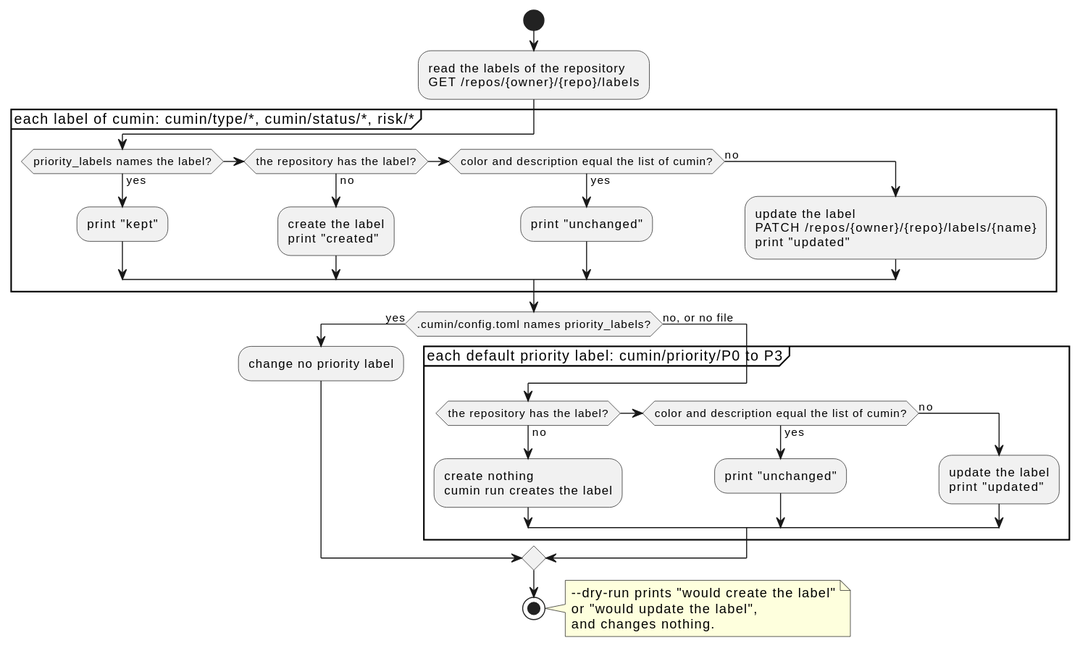
Earlier version of the PlantUML export docs/ja/development/setup-repo-labels.svg (cloveclovedev/cumin-works). Its diagram source:
```plantuml
@startuml
skinparam shadowing false
skinparam defaultFontName sans-serif

start
:read the labels of the repository\nGET /repos/{owner}/{repo}/labels;
partition "each label of cumin: cumin/type/*, cumin/status/*, risk/*" {
  if (priority_labels names the label?) then (yes)
    :print "kept";
  elseif (the repository has the label?) then (no)
    :create the label\nprint "created";
  elseif (color and description equal the list of cumin?) then (yes)
    :print "unchanged";
  else (no)
    :update the label\nPATCH /repos/{owner}/{repo}/labels/{name}\nprint "updated";
  endif
}
if (.cumin/config.toml names priority_labels?) then (yes)
  :change no priority label;
else (no, or no file)
  partition "each default priority label: cumin/priority/P0 to P3" {
    if (the repository has the label?) then (no)
      :create nothing\ncumin run creates the label;
    elseif (color and description equal the list of cumin?) then (yes)
      :print "unchanged";
    else (no)
      :update the label\nprint "updated";
    endif
  }
endif
stop

note right
  --dry-run prints "would create the label"
  or "would update the label",
  and changes nothing.
end note
@enduml
```
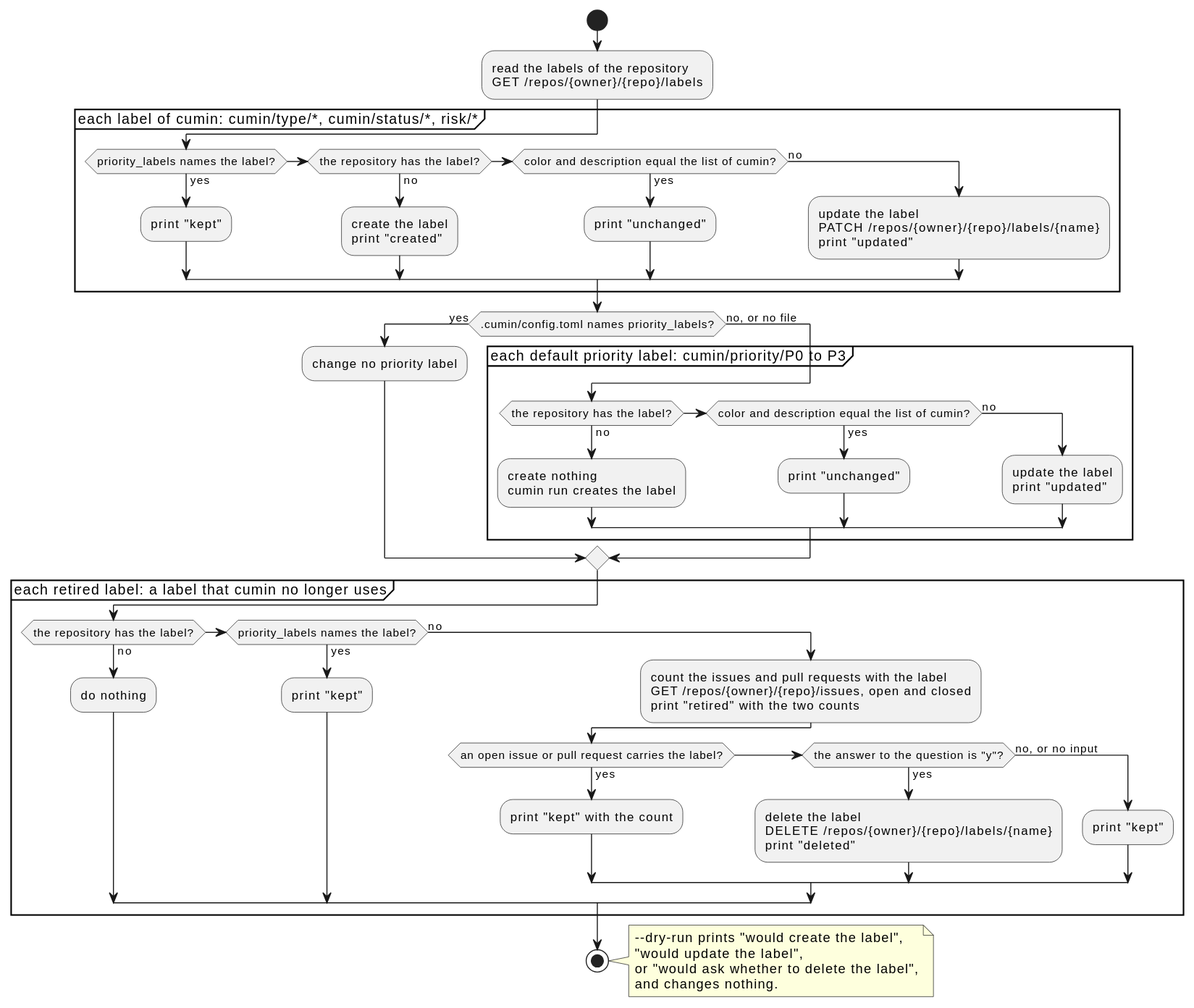
Above is the later version.

Commit message:
feat(scripts): delete the retired labels of cumin after a question (#764)

What changed in the source:
```diff
@@ -28,11 +28,28 @@
     endif
   }
 endif
+partition "each retired label: a label that cumin no longer uses" {
+  if (the repository has the label?) then (no)
+    :do nothing;
+  elseif (priority_labels names the label?) then (yes)
+    :print "kept";
+  else (no)
+    :count the issues and pull requests with the label\nGET /repos/{owner}/{repo}/issues, open and closed\nprint "retired" with the two counts;
+    if (an open issue or pull request carries the label?) then (yes)
+      :print "kept" with the count;
+    elseif (the answer to the question is "y"?) then (yes)
+      :delete the label\nDELETE /repos/{owner}/{repo}/labels/{name}\nprint "deleted";
+    else (no, or no input)
+      :print "kept";
+    endif
+  endif
+}
 stop
 
 note right
-  --dry-run prints "would create the label"
-  or "would update the label",
+  --dry-run prints "would create the label",
+  "would update the label",
+  or "would ask whether to delete the label",
   and changes nothing.
 end note
 @enduml
```
